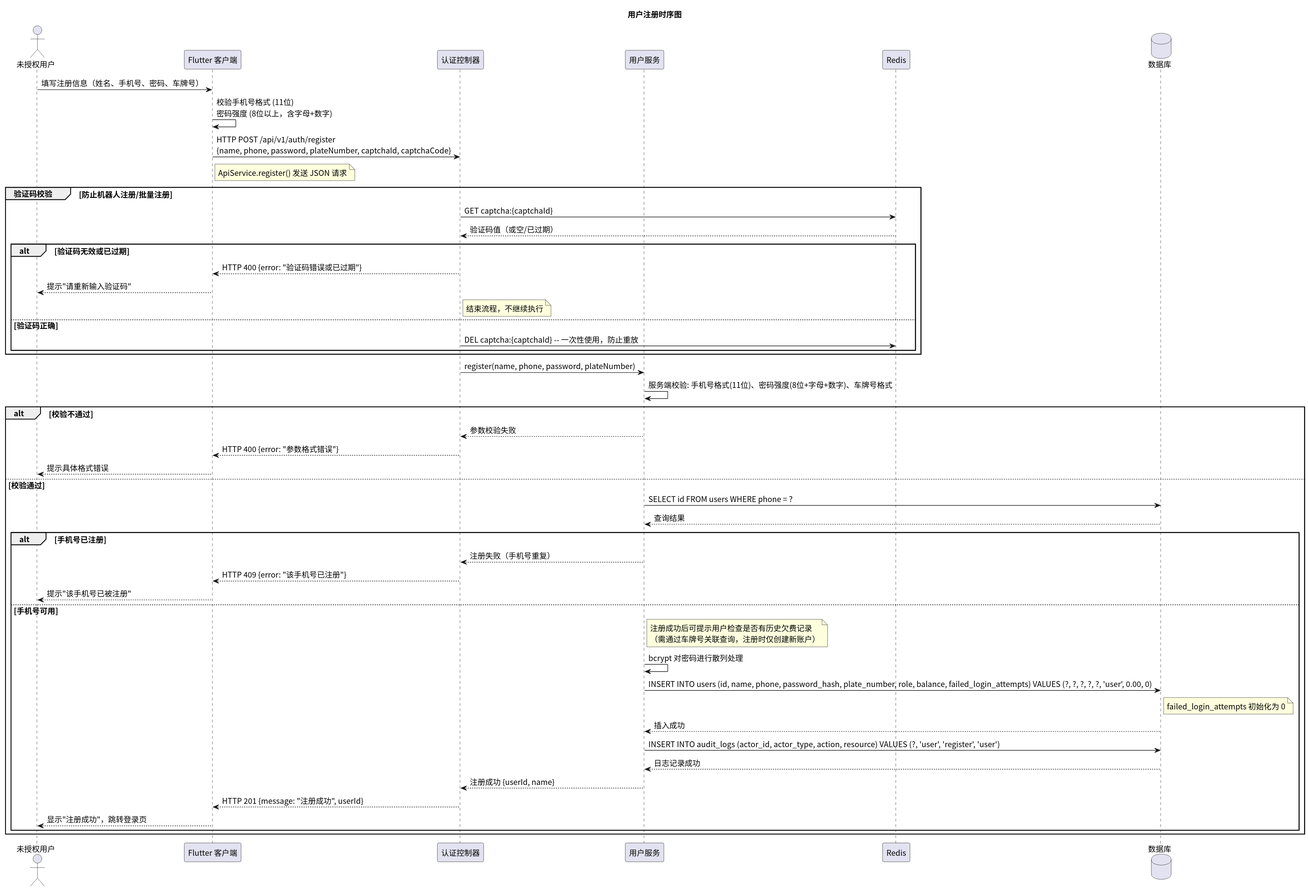
Before: time/img/sequence_register.svg, a diagram exported from PlantUML (greenhandzdl/charging-station-doc).
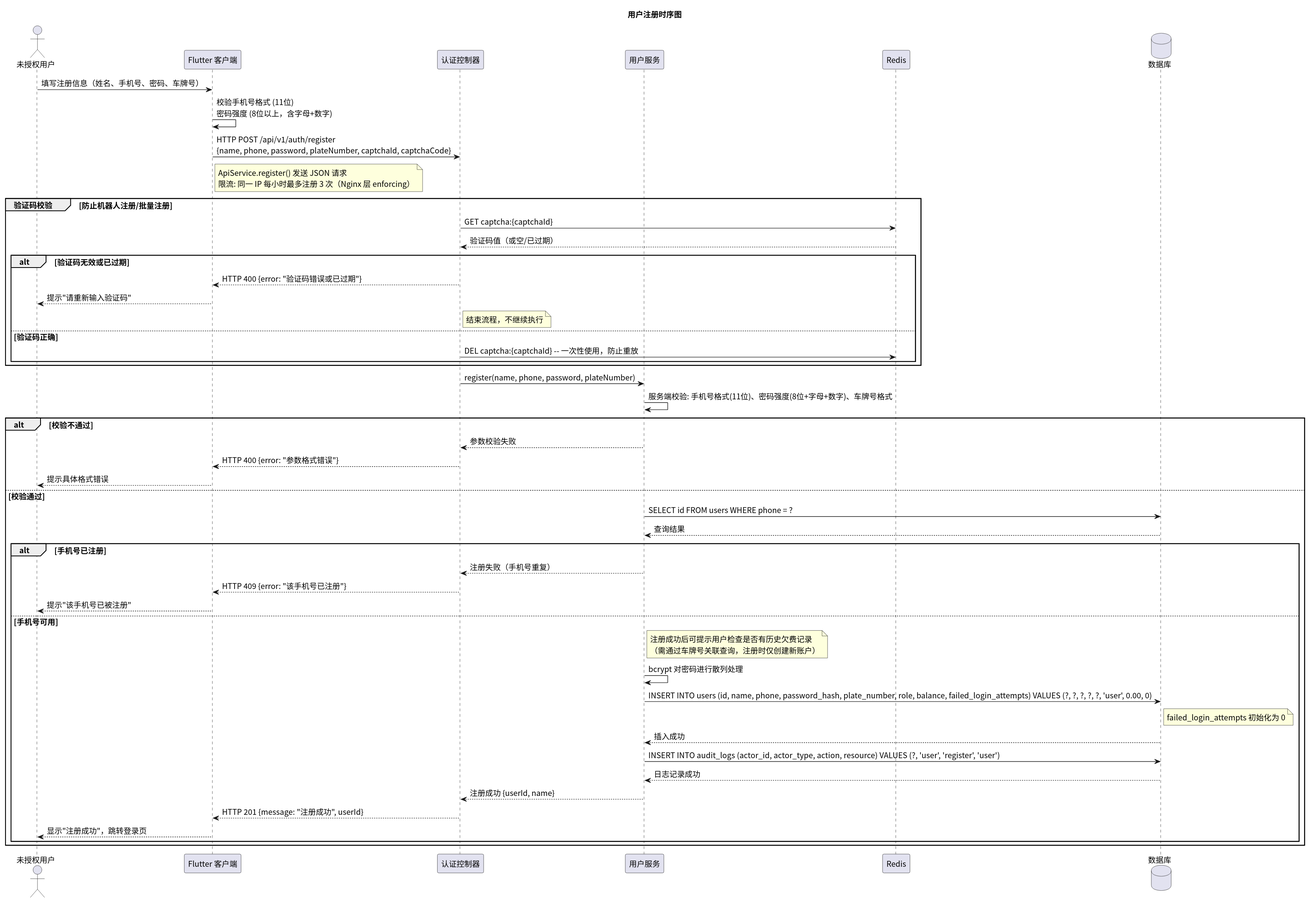
Later version of the same file.

What changed in the source:
```diff
@@ -13,7 +13,7 @@
 U -> FE: 填写注册信息（姓名、手机号、密码、车牌号）
 FE -> FE: 校验手机号格式 (11位)\n密码强度 (8位以上，含字母+数字)
 FE -> Ctrl: HTTP POST /api/v1/auth/register\n{name, phone, password, plateNumber, captchaId, captchaCode}
-note right FE : ApiService.register() 发送 JSON 请求
+note right FE : ApiService.register() 发送 JSON 请求\n限流: 同一 IP 每小时最多注册 3 次（Nginx 层 enforcing）
 
 group 验证码校验 [防止机器人注册/批量注册]
   Ctrl -> Cache: GET captcha:{captchaId}
```
